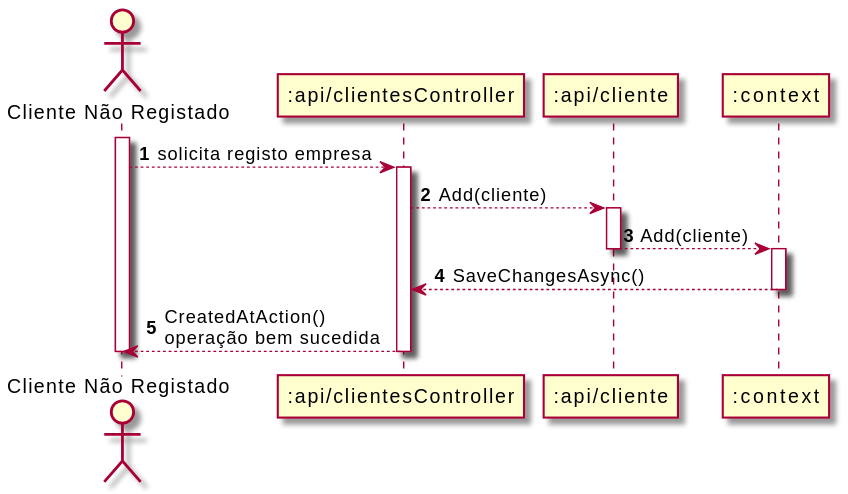
This is Documentos/Sprint2/UC1/UC1-SD.svg from UPskillDOTNET/Jakim-das-Coives-S.A., a PlantUML export, as it was before one commit.
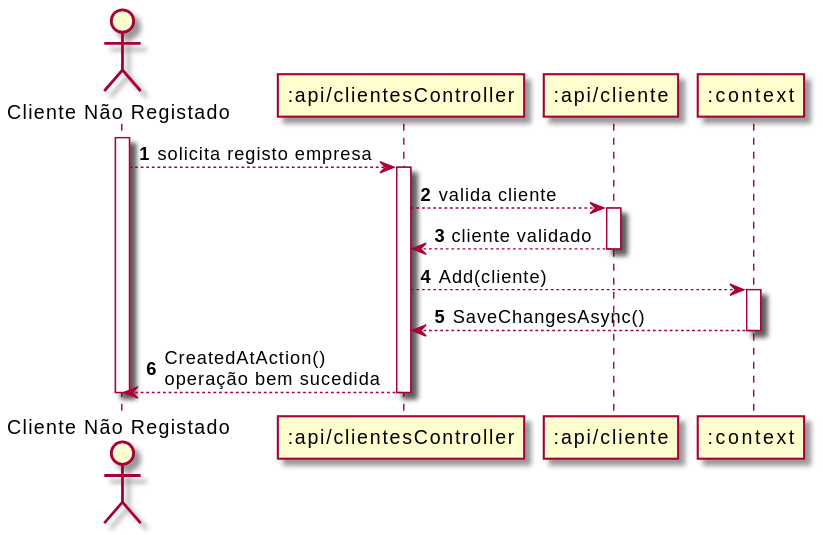
The same diagram one commit later.

Change to the diagram source:
```diff
@@ -9,14 +9,14 @@
 UNR --> UC : solicita registo empresa
 activate UC
 
-UC --> U : Add(cliente)
+UC --> U : valida cliente
 activate U
 
+U --> UC : cliente validado
+deactivate U
 
-U --> C : Add(cliente)
-deactivate U
+UC --> C : Add(cliente)
 activate C
-
 
 C --> UC : SaveChangesAsync()
 deactivate C
```
